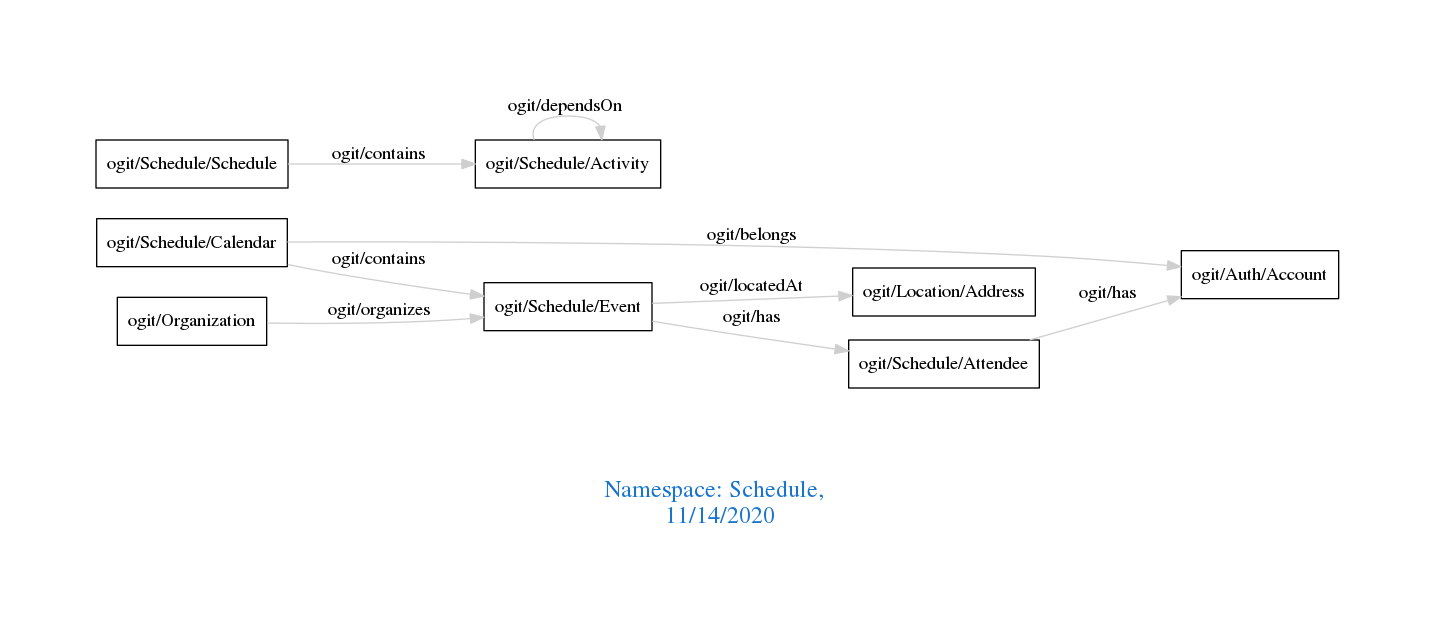
arago/OGIT keeps this Graphviz diagram as downloads/Schedule.png. Above is the earlier version. Its source is kept beside it as downloads/Schedule.dot. The source it was exported from:
```dot
digraph OGIT_ontology {
 graph [ rankdir= LR,pad=1
fontsize = 18,
fontcolor= dodgerblue3,label = "\n\n\nNamespace: Schedule, \n 11/14/2020"];
node[shape=polygon];
edge [  color="gray81"];

   "ogit/Schedule/Calendar" -> "ogit/Schedule/Event" [label="   ogit/contains    "];
   "ogit/Schedule/Schedule" -> "ogit/Schedule/Activity" [label="   ogit/contains    "];
   "ogit/Schedule/Event" -> "ogit/Location/Address" [label="   ogit/locatedAt    "];
   "ogit/Organization" -> "ogit/Schedule/Event" [label="   ogit/organizes    "];
   "ogit/Schedule/Calendar" -> "ogit/Auth/Account" [label="   ogit/belongs    "];
   "ogit/Schedule/Attendee" -> "ogit/Auth/Account" [label="   ogit/has    "];
   "ogit/Schedule/Event" -> "ogit/Schedule/Attendee" [label="   ogit/has    "];
   "ogit/Schedule/Activity" -> "ogit/Schedule/Activity" [label="   ogit/dependsOn    "];
}
```
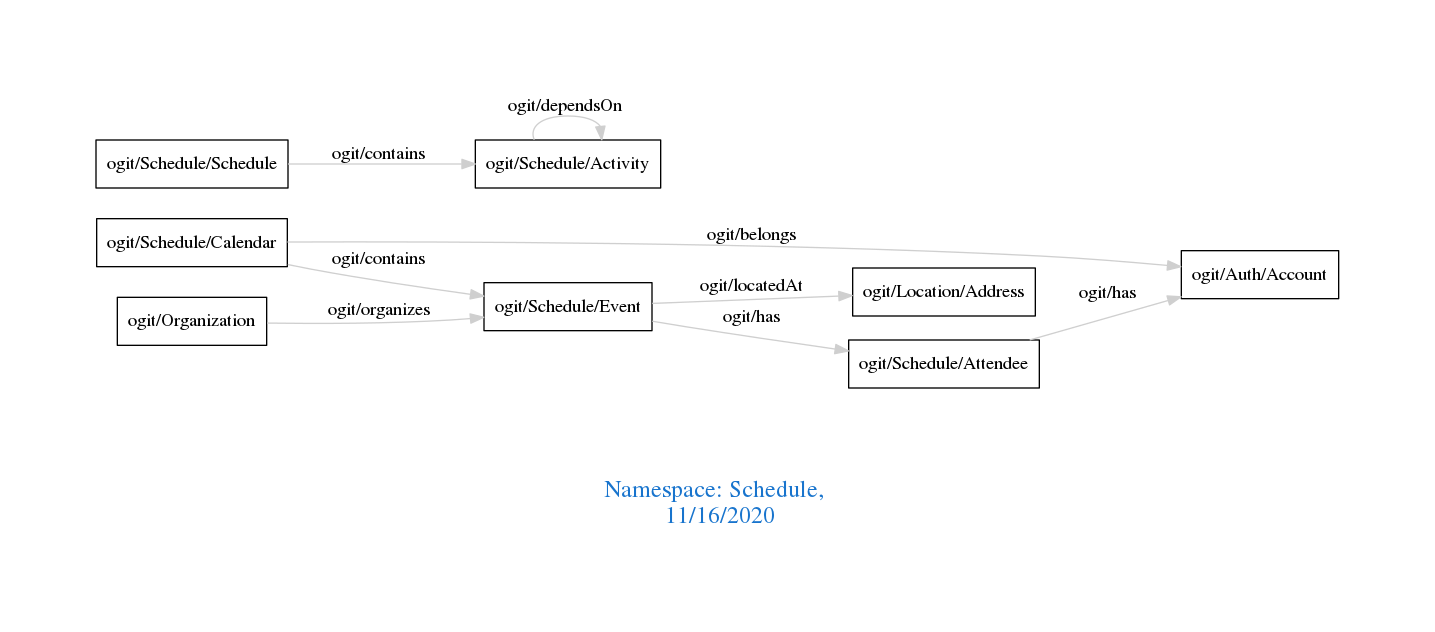
After the commit.

The edit, as a diff of the source:
```diff
@@ -1,7 +1,7 @@
 digraph OGIT_ontology {
  graph [ rankdir= LR,pad=1
 fontsize = 18,
-fontcolor= dodgerblue3,label = "\n\n\nNamespace: Schedule, \n 11/14/2020"];
+fontcolor= dodgerblue3,label = "\n\n\nNamespace: Schedule, \n 11/16/2020"];
 node[shape=polygon];
 edge [  color="gray81"];
 
```
